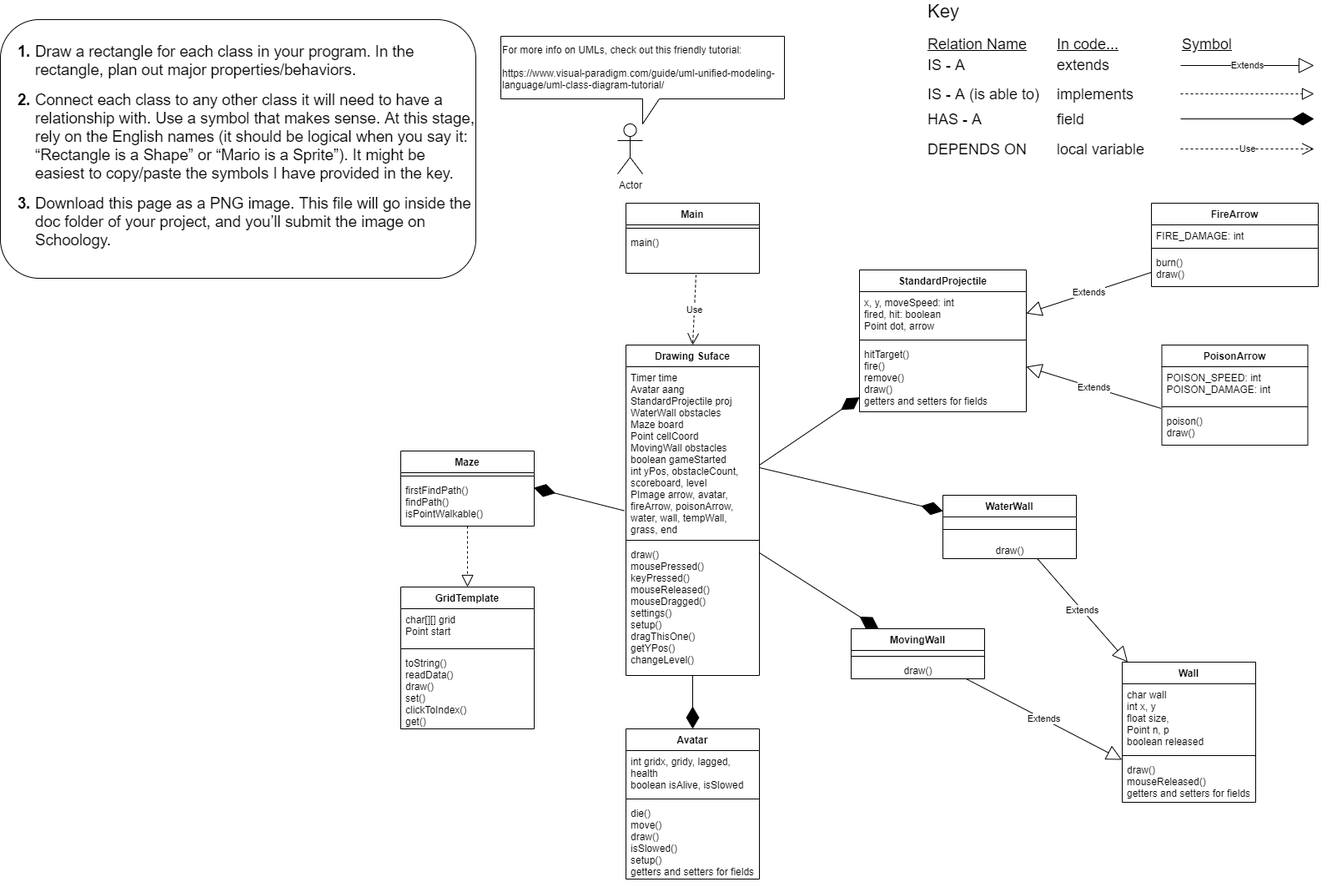
HHSAPCompSci2020/capstone-project-sar keeps this draw.io diagram as SAR/doc/Beat the Computer UML.png. Above is the earlier version. Source tidied: cells renumbered, new cells last; positions are measured from the earlier drawing's top-left corner, leaving out a move shared by most shapes.
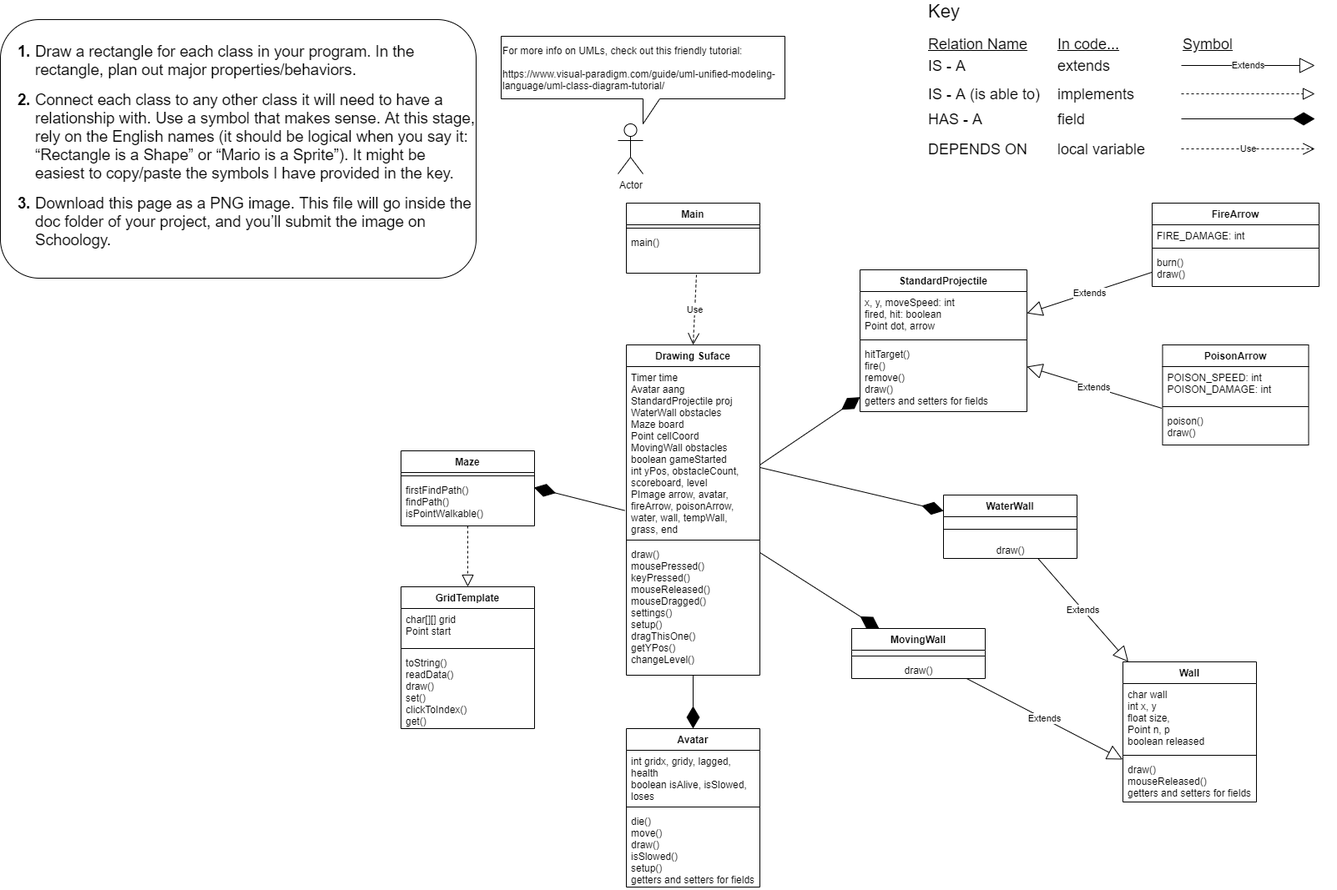
Later version of the same file.

The edit, as a diff of the source:
```diff
@@ -93,16 +93,16 @@
       <mxGeometry y="34" width="160" height="56" as="geometry" />
     </mxCell>
     <mxCell id="28" value="Avatar" style="swimlane;fontStyle=1;align=center;verticalAlign=top;horizontal=1;startSize=26;" parent="1" vertex="1">
-      <mxGeometry x="750" y="870" width="160" height="180" as="geometry" />
+      <mxGeometry x="750" y="870" width="160" height="190" as="geometry" />
     </mxCell>
-    <mxCell id="29" value="int gridx, gridy, lagged, &#10;health&#10;boolean isAlive, isSlowed" style="text;strokeColor=none;fillColor=none;align=left;verticalAlign=top;spacingLeft=4;spacingRight=4;overflow=hidden;" parent="28" vertex="1">
-      <mxGeometry y="26" width="160" height="54" as="geometry" />
+    <mxCell id="29" value="int gridx, gridy, lagged, &#10;health&#10;boolean isAlive, isSlowed, &#10;loses" style="text;strokeColor=none;fillColor=none;align=left;verticalAlign=top;spacingLeft=4;spacingRight=4;overflow=hidden;" parent="28" vertex="1">
+      <mxGeometry y="26" width="160" height="64" as="geometry" />
     </mxCell>
     <mxCell id="30" style="line;strokeWidth=1;fillColor=none;align=left;verticalAlign=middle;spacingTop=-1;spacingLeft=3;spacingRight=3;labelPosition=right;" parent="28" vertex="1">
-      <mxGeometry y="80" width="160" height="8" as="geometry" />
+      <mxGeometry y="90" width="160" height="8" as="geometry" />
     </mxCell>
     <mxCell id="31" value="die()&#10;move()&#10;draw()&#10;isSlowed()&#10;setup()&#10;getters and setters for fields" style="text;strokeColor=none;fillColor=none;align=left;verticalAlign=top;spacingLeft=4;spacingRight=4;overflow=hidden;" parent="28" vertex="1">
-      <mxGeometry y="88" width="160" height="92" as="geometry" />
+      <mxGeometry y="98" width="160" height="92" as="geometry" />
     </mxCell>
     <mxCell id="32" value="StandardProjectile" style="swimlane;fontStyle=1;align=center;verticalAlign=top;horizontal=1;startSize=26;" parent="1" vertex="1">
       <mxGeometry x="1030" y="320" width="200" height="170" as="geometry" />
```
